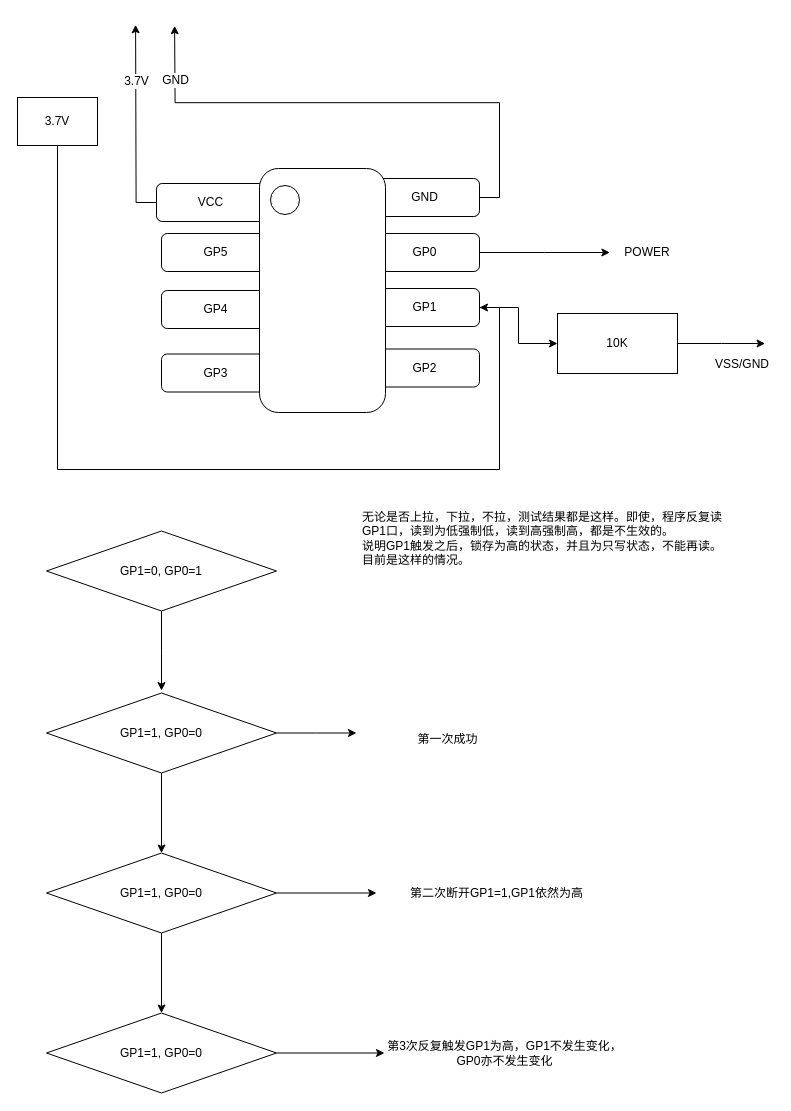
This is 12f509logicgram_v6.drawio from svija/pubsub, a draw.io file, before an edit. Source tidied: cells renumbered, new cells numbered last; positions are measured from the earlier drawing's top-left corner, leaving out a move shared by most shapes. Both pictures are drawn from the tidied source at 100%, with x=0, y=0 at pixel (17, 24).
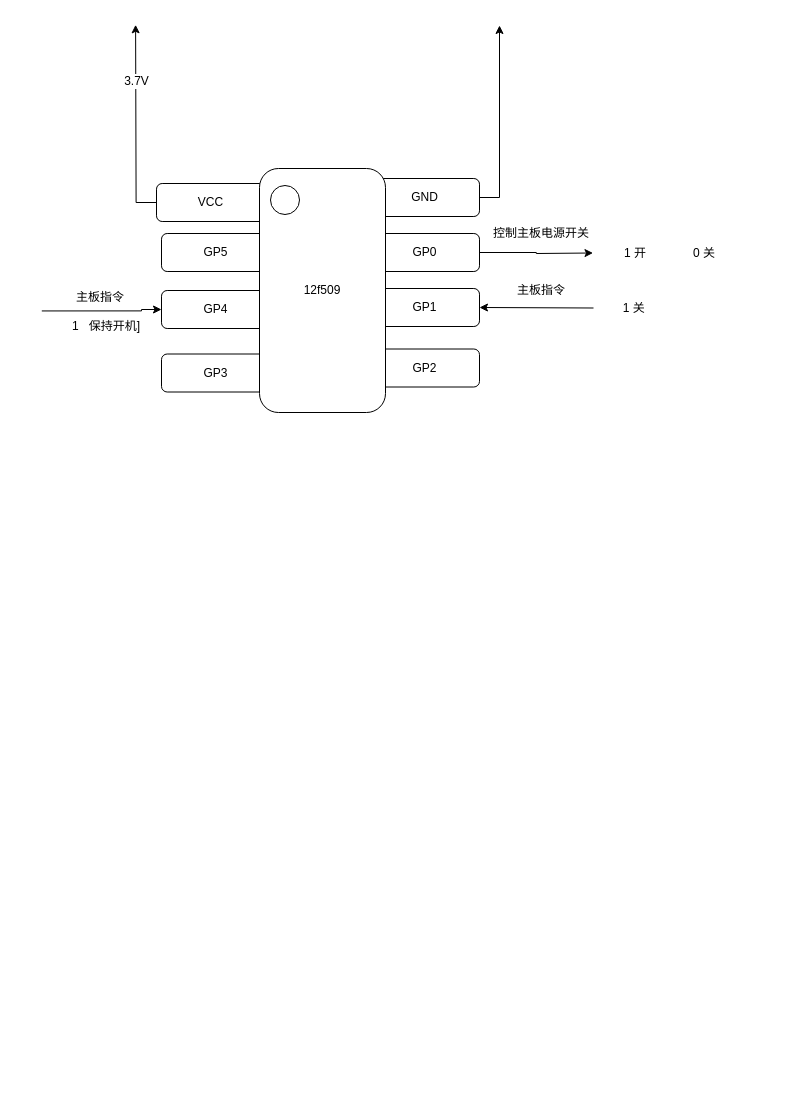
The same page after the edit.

Unchanged cells that the change refers to:
```xml
<mxCell id="4" value="GND" style="rounded=1;whiteSpace=wrap;html=1;" parent="1" vertex="1">
  <mxGeometry x="353" y="154" width="109" height="38" as="geometry" />
</mxCell>
<mxCell id="6" value="GP0" style="rounded=1;whiteSpace=wrap;html=1;" parent="1" vertex="1">
  <mxGeometry x="353" y="209" width="109" height="38" as="geometry" />
</mxCell>
<mxCell id="8" value="GP1" style="rounded=1;whiteSpace=wrap;html=1;" parent="1" vertex="1">
  <mxGeometry x="353" y="264" width="109" height="38" as="geometry" />
</mxCell>
<mxCell id="11" value="GP4&lt;br&gt;" style="rounded=1;whiteSpace=wrap;html=1;" parent="1" vertex="1">
  <mxGeometry x="144" y="266" width="109" height="38" as="geometry" />
</mxCell>
```

Change to the diagram source:
```diff
@@
     <mxCell id="2" style="edgeStyle=orthogonalEdgeStyle;rounded=0;jettySize=auto;html=1;exitX=1;exitY=0.5;exitDx=0;exitDy=0;" parent="1" edge="1" source="4">
       <mxGeometry relative="1" as="geometry">
-        <mxPoint x="157.1" y="1.3" as="targetPoint" />
+        <mxPoint x="482" y="1" as="targetPoint" />
+        <Array as="points">
+          <mxPoint x="482" y="173" />
+          <mxPoint x="482" y="1" />
+        </Array>
       </mxGeometry>
     </mxCell>
-    <mxCell id="3" value="GND" style="text;html=1;align=center;verticalAlign=middle;labelBackgroundColor=#ffffff;" parent="2" vertex="1">
-      <mxGeometry x="0.79" relative="1" as="geometry" />
-    </mxCell>
@@
-    <mxCell id="5" style="edgeStyle=orthogonalEdgeStyle;rounded=0;jettySize=auto;html=1;exitX=1;exitY=0.5;exitDx=0;exitDy=0;" parent="1" edge="1" source="6">
-      <mxGeometry relative="1" as="geometry">
-        <mxPoint x="592.4" y="228" as="targetPoint" />
-      </mxGeometry>
-    </mxCell>
+    <mxCell id="38" style="edgeStyle=orthogonalEdgeStyle;rounded=0;jettySize=auto;html=1;exitX=1;exitY=0.5;exitDx=0;exitDy=0;" parent="1" edge="1" source="6">
+      <mxGeometry relative="1" as="geometry">
+        <mxPoint x="575.5" y="228.5" as="targetPoint" />
+      </mxGeometry>
+    </mxCell>
@@
-    <mxCell id="7" style="edgeStyle=orthogonalEdgeStyle;rounded=0;jettySize=auto;html=1;exitX=1;exitY=0.5;exitDx=0;exitDy=0;entryX=0;entryY=0.5;entryDx=0;entryDy=0;" parent="1" edge="1" source="8" target="32">
-      <mxGeometry relative="1" as="geometry" />
-    </mxCell>
@@
+    <mxCell id="39" style="edgeStyle=orthogonalEdgeStyle;rounded=0;jettySize=auto;html=1;exitX=0;exitY=0.5;exitDx=0;exitDy=0;endArrow=none;endFill=0;startArrow=classic;startFill=1;entryX=-0.024;entryY=1.32;entryDx=0;entryDy=0;entryPerimeter=0;" parent="1" edge="1" source="11" target="46">
+      <mxGeometry relative="1" as="geometry" />
+    </mxCell>
@@
-    <mxCell id="16" style="rounded=1;whiteSpace=wrap;html=1;" parent="1" vertex="1">
+    <mxCell id="16" value="12f509" style="rounded=1;whiteSpace=wrap;html=1;" parent="1" vertex="1">
       <mxGeometry x="242" y="144" width="126" height="244" as="geometry" />
     </mxCell>
@@
-    <mxCell id="18" value="POWER" style="text;html=1;strokeColor=none;fillColor=none;align=center;verticalAlign=middle;whiteSpace=wrap;rounded=0;" parent="1" vertex="1">
-      <mxGeometry x="610" y="218" width="40" height="20" as="geometry" />
-    </mxCell>
-    <mxCell id="19" style="edgeStyle=orthogonalEdgeStyle;rounded=0;jettySize=auto;html=1;exitX=0.5;exitY=1;exitDx=0;exitDy=0;entryX=1;entryY=0.5;entryDx=0;entryDy=0;" parent="1" edge="1" source="20" target="8">
-      <mxGeometry relative="1" as="geometry">
-        <Array as="points">
-          <mxPoint x="40" y="445" />
-          <mxPoint x="482" y="445" />
-          <mxPoint x="482" y="283" />
-        </Array>
-      </mxGeometry>
-    </mxCell>
-    <mxCell id="20" value="3.7V" style="rounded=0;whiteSpace=wrap;html=1;" parent="1" vertex="1">
-      <mxGeometry y="73" width="80" height="48" as="geometry" />
-    </mxCell>
-    <mxCell id="21" style="edgeStyle=orthogonalEdgeStyle;rounded=0;jettySize=auto;html=1;" parent="1" edge="1" source="23">
-      <mxGeometry relative="1" as="geometry">
-        <mxPoint x="339" y="708.5" as="targetPoint" />
-      </mxGeometry>
-    </mxCell>
-    <mxCell id="22" style="edgeStyle=orthogonalEdgeStyle;rounded=0;jettySize=auto;html=1;" parent="1" edge="1" source="23" target="26">
-      <mxGeometry relative="1" as="geometry" />
-    </mxCell>
-    <mxCell id="23" value="GP1=1, GP0=0" style="rhombus;whiteSpace=wrap;html=1;" parent="1" vertex="1">
-      <mxGeometry x="29" y="668.5" width="230" height="80" as="geometry" />
-    </mxCell>
-    <mxCell id="24" style="edgeStyle=orthogonalEdgeStyle;rounded=0;jettySize=auto;html=1;exitX=1;exitY=0.5;exitDx=0;exitDy=0;" parent="1" edge="1" source="26" target="35">
-      <mxGeometry relative="1" as="geometry" />
-    </mxCell>
-    <mxCell id="25" style="edgeStyle=orthogonalEdgeStyle;rounded=0;jettySize=auto;html=1;" parent="1" edge="1" source="26" target="28">
-      <mxGeometry relative="1" as="geometry" />
-    </mxCell>
-    <mxCell id="26" value="GP1=1, GP0=0" style="rhombus;whiteSpace=wrap;html=1;" parent="1" vertex="1">
-      <mxGeometry x="29" y="828.5" width="230" height="80" as="geometry" />
-    </mxCell>
-    <mxCell id="27" style="edgeStyle=orthogonalEdgeStyle;rounded=0;jettySize=auto;html=1;exitX=1;exitY=0.5;exitDx=0;exitDy=0;" parent="1" edge="1" source="28" target="36">
-      <mxGeometry relative="1" as="geometry" />
-    </mxCell>
-    <mxCell id="28" value="GP1=1, GP0=0" style="rhombus;whiteSpace=wrap;html=1;" parent="1" vertex="1">
-      <mxGeometry x="29" y="988.5" width="230" height="80" as="geometry" />
-    </mxCell>
-    <mxCell id="29" style="edgeStyle=orthogonalEdgeStyle;rounded=0;jettySize=auto;html=1;exitX=0.5;exitY=1;exitDx=0;exitDy=0;" parent="1" edge="1" source="30">
-      <mxGeometry relative="1" as="geometry">
-        <mxPoint x="144" y="666.1" as="targetPoint" />
-      </mxGeometry>
-    </mxCell>
-    <mxCell id="30" value="GP1=0, GP0=1" style="rhombus;whiteSpace=wrap;html=1;" parent="1" vertex="1">
-      <mxGeometry x="29" y="506.5" width="230" height="80" as="geometry" />
-    </mxCell>
-    <mxCell id="31" style="edgeStyle=orthogonalEdgeStyle;rounded=0;jettySize=auto;html=1;exitX=1;exitY=0.5;exitDx=0;exitDy=0;" parent="1" edge="1" source="32">
-      <mxGeometry relative="1" as="geometry">
-        <mxPoint x="747.6" y="319" as="targetPoint" />
-      </mxGeometry>
-    </mxCell>
-    <mxCell id="32" value="10K" style="rounded=0;whiteSpace=wrap;html=1;" parent="1" vertex="1">
-      <mxGeometry x="540" y="289" width="120" height="60" as="geometry" />
-    </mxCell>
-    <mxCell id="33" value="VSS/GND" style="text;html=1;strokeColor=none;fillColor=none;align=center;verticalAlign=middle;whiteSpace=wrap;rounded=0;" parent="1" vertex="1">
-      <mxGeometry x="705" y="330" width="40" height="20" as="geometry" />
-    </mxCell>
-    <mxCell id="34" value="第一次成功" style="text;html=1;strokeColor=none;fillColor=none;align=center;verticalAlign=middle;whiteSpace=wrap;rounded=0;" parent="1" vertex="1">
-      <mxGeometry x="359" y="699" width="143" height="31" as="geometry" />
-    </mxCell>
-    <mxCell id="35" value="第二次断开GP1=1,GP1依然为高" style="text;html=1;strokeColor=none;fillColor=none;align=center;verticalAlign=middle;whiteSpace=wrap;rounded=0;" parent="1" vertex="1">
-      <mxGeometry x="359" y="848.5" width="241" height="40" as="geometry" />
-    </mxCell>
-    <mxCell id="36" value="第3次反复触发GP1为高，GP1不发生变化，GP0亦不发生变化" style="text;html=1;strokeColor=none;fillColor=none;align=center;verticalAlign=middle;whiteSpace=wrap;rounded=0;" parent="1" vertex="1">
-      <mxGeometry x="367" y="1008.5" width="241" height="40" as="geometry" />
-    </mxCell>
-    <mxCell id="37" value="无论是否上拉，下拉，不拉，测试结果都是这样。即使，程序反复读GP1口，读到为低强制低，读到高强制高，都是不生效的。&lt;br&gt;说明GP1触发之后，锁存为高的状态，并且为只写状态，不能再读。&lt;br&gt;目前是这样的情况。&lt;br&gt;" style="text;html=1;strokeColor=none;fillColor=none;align=left;verticalAlign=middle;whiteSpace=wrap;rounded=0;" parent="1" vertex="1">
-      <mxGeometry x="343" y="468.5" width="382" height="90" as="geometry" />
-    </mxCell>
+    <mxCell id="40" value="控制主板电源开关" style="text;html=1;strokeColor=none;fillColor=none;align=center;verticalAlign=middle;whiteSpace=wrap;rounded=0;" parent="1" vertex="1">
+      <mxGeometry x="468" y="200.5" width="112" height="17" as="geometry" />
+    </mxCell>
+    <mxCell id="41" value="1 开" style="text;html=1;strokeColor=none;fillColor=none;align=center;verticalAlign=middle;whiteSpace=wrap;rounded=0;" parent="1" vertex="1">
+      <mxGeometry x="598" y="218.5" width="40" height="20" as="geometry" />
+    </mxCell>
+    <mxCell id="42" value="0 关" style="text;html=1;strokeColor=none;fillColor=none;align=center;verticalAlign=middle;whiteSpace=wrap;rounded=0;" parent="1" vertex="1">
+      <mxGeometry x="667" y="218.5" width="40" height="20" as="geometry" />
+    </mxCell>
+    <mxCell id="43" style="endArrow=none;startArrow=classic;html=1;exitX=1;exitY=0.5;exitDx=0;exitDy=0;endFill=0;" parent="1" edge="1" source="8">
+      <mxGeometry relative="1" as="geometry">
+        <mxPoint x="576" y="283.5" as="targetPoint" />
+      </mxGeometry>
+    </mxCell>
+    <mxCell id="44" value="主板指令" style="text;html=1;strokeColor=none;fillColor=none;align=center;verticalAlign=middle;whiteSpace=wrap;rounded=0;" parent="1" vertex="1">
+      <mxGeometry x="468" y="257.5" width="112" height="17" as="geometry" />
+    </mxCell>
+    <mxCell id="45" value="1 关&amp;nbsp; &amp;nbsp; &amp;nbsp; &amp;nbsp;&amp;nbsp;" style="text;html=1;strokeColor=none;fillColor=none;align=center;verticalAlign=middle;whiteSpace=wrap;rounded=0;" parent="1" vertex="1">
+      <mxGeometry x="575" y="273.5" width="110" height="20" as="geometry" />
+    </mxCell>
+    <mxCell id="46" value="主板指令" style="text;html=1;strokeColor=none;fillColor=none;align=center;verticalAlign=middle;whiteSpace=wrap;rounded=0;" parent="1" vertex="1">
+      <mxGeometry x="27" y="264" width="112" height="17" as="geometry" />
+    </mxCell>
+    <mxCell id="47" value="1&amp;nbsp; &amp;nbsp;保持开机]" style="text;html=1;strokeColor=none;fillColor=none;align=center;verticalAlign=middle;whiteSpace=wrap;rounded=0;" parent="1" vertex="1">
+      <mxGeometry x="34" y="292" width="110" height="20" as="geometry" />
+    </mxCell>
```
